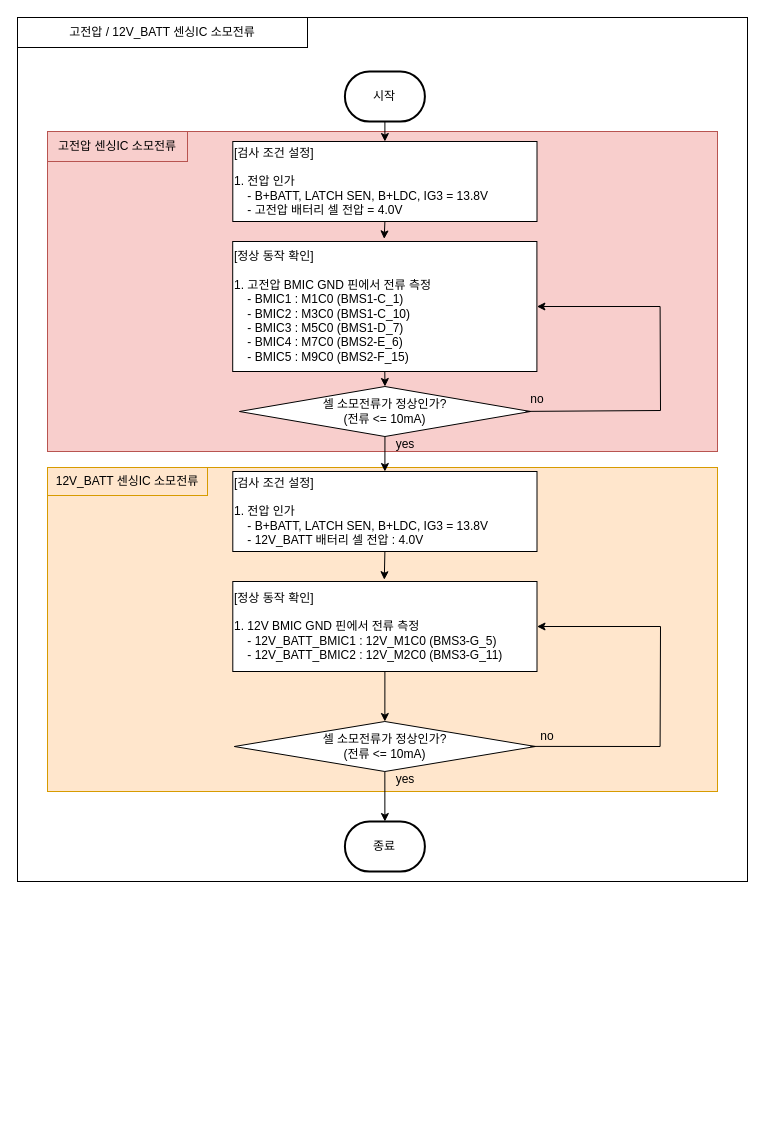
Earlier version of the draw.io diagram 고전압 센싱IC 소모전류.drawio (chaeyoonl/state-transition-diagram-test). Source tidied: cells renumbered, new cells numbered last; positions are measured from the earlier drawing's top-left corner, leaving out a move shared by most shapes. Both pictures are drawn from the tidied source at 100%, with x=0, y=0 at pixel (17, 17).
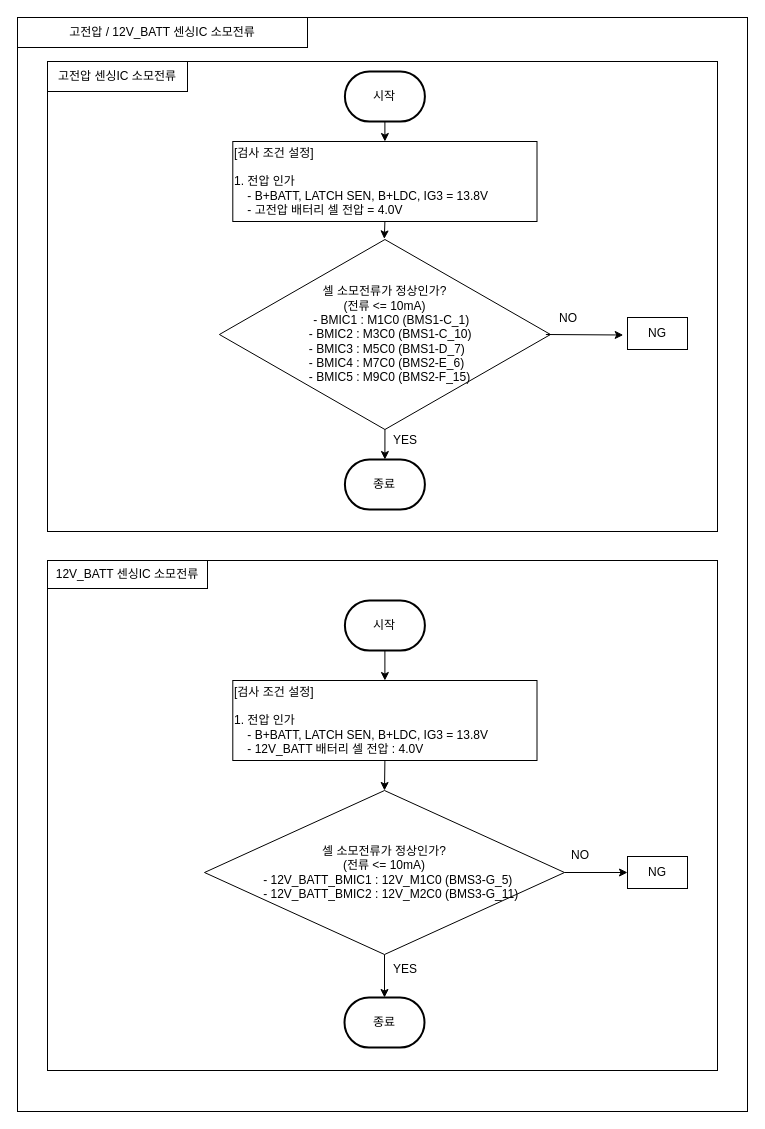
The same page after the edit.

Commit message:
고전압 센싱IC 소모전류.drawio 업데이트

The change refers to these unchanged cells:
```xml
<mxCell id="9" value="[검사 조건 설정]&lt;br&gt;&lt;br&gt;1. 전압 인가&lt;br&gt;&amp;nbsp; &amp;nbsp; - B+BATT, LATCH SEN, B+LDC, IG3 = 13.8V&lt;br&gt;&amp;nbsp; &amp;nbsp; - 고전압 배터리 셀 전압 = 4.0V" style="rounded=0;whiteSpace=wrap;html=1;align=left;" parent="1" vertex="1">
  <mxGeometry x="215.3" y="124" width="304.2" height="80" as="geometry" />
</mxCell>
```

Diff of the diagram source:
```diff
@@
     <mxCell id="2" style="rounded=0;whiteSpace=wrap;html=1;" parent="1" vertex="1">
-      <mxGeometry width="730" height="864" as="geometry" />
+      <mxGeometry width="730" height="1094" as="geometry" />
     </mxCell>
@@
-    <mxCell id="4" style="rounded=0;whiteSpace=wrap;html=1;fillColor=#f8cecc;strokeColor=#b85450;" parent="1" vertex="1">
-      <mxGeometry x="30" y="114" width="670" height="320" as="geometry" />
+    <mxCell id="4" style="rounded=0;whiteSpace=wrap;html=1;" parent="1" vertex="1">
+      <mxGeometry x="30" y="44" width="670" height="470" as="geometry" />
     </mxCell>
-    <mxCell id="5" value="&lt;span style=&quot;color: rgb(0, 0, 0); font-family: Helvetica; font-size: 12px; font-style: normal; font-variant-ligatures: normal; font-variant-caps: normal; font-weight: 400; letter-spacing: normal; orphans: 2; text-align: center; text-indent: 0px; text-transform: none; widows: 2; word-spacing: 0px; -webkit-text-stroke-width: 0px; text-decoration-thickness: initial; text-decoration-style: initial; text-decoration-color: initial; float: none; display: inline !important;&quot;&gt;고전압 센싱IC&amp;nbsp;소모전류&lt;br&gt;&lt;/span&gt;" style="rounded=0;whiteSpace=wrap;html=1;fillColor=#f8cecc;strokeColor=#b85450;fillStyle=solid;labelBackgroundColor=none;" parent="1" vertex="1">
-      <mxGeometry x="30" y="114" width="140" height="30" as="geometry" />
+    <mxCell id="5" value="&lt;span style=&quot;color: rgb(0, 0, 0); font-family: Helvetica; font-size: 12px; font-style: normal; font-variant-ligatures: normal; font-variant-caps: normal; font-weight: 400; letter-spacing: normal; orphans: 2; text-align: center; text-indent: 0px; text-transform: none; widows: 2; word-spacing: 0px; -webkit-text-stroke-width: 0px; text-decoration-thickness: initial; text-decoration-style: initial; text-decoration-color: initial; float: none; display: inline !important;&quot;&gt;고전압 센싱IC&amp;nbsp;소모전류&lt;br&gt;&lt;/span&gt;" style="rounded=0;whiteSpace=wrap;html=1;fillStyle=solid;labelBackgroundColor=none;" parent="1" vertex="1">
+      <mxGeometry x="30" y="44" width="140" height="30" as="geometry" />
     </mxCell>
-    <mxCell id="6" style="rounded=0;whiteSpace=wrap;html=1;fillColor=#ffe6cc;strokeColor=#d79b00;" parent="1" vertex="1">
-      <mxGeometry x="30" y="450" width="670" height="324" as="geometry" />
+    <mxCell id="6" style="rounded=0;whiteSpace=wrap;html=1;" parent="1" vertex="1">
+      <mxGeometry x="30" y="543" width="670" height="510" as="geometry" />
     </mxCell>
-    <mxCell id="7" value="&lt;span style=&quot;orphans: 2; text-align: center; text-indent: 0px; widows: 2; text-decoration-thickness: initial; text-decoration-style: initial; text-decoration-color: initial; float: none; display: inline !important;&quot;&gt;&lt;div style=&quot;&quot;&gt;12V_BATT 센싱IC&amp;nbsp;&lt;span style=&quot;background-color: initial;&quot;&gt;소모전류&lt;/span&gt;&lt;/div&gt;&lt;/span&gt;" style="rounded=0;whiteSpace=wrap;html=1;fillColor=#ffe6cc;strokeColor=#d79b00;labelBackgroundColor=none;" parent="1" vertex="1">
-      <mxGeometry x="30" y="450" width="160" height="28" as="geometry" />
+    <mxCell id="7" value="&lt;span style=&quot;orphans: 2; text-align: center; text-indent: 0px; widows: 2; text-decoration-thickness: initial; text-decoration-style: initial; text-decoration-color: initial; float: none; display: inline !important;&quot;&gt;&lt;div style=&quot;&quot;&gt;12V_BATT 센싱IC&amp;nbsp;&lt;span style=&quot;background-color: initial;&quot;&gt;소모전류&lt;/span&gt;&lt;/div&gt;&lt;/span&gt;" style="rounded=0;whiteSpace=wrap;html=1;labelBackgroundColor=none;" parent="1" vertex="1">
+      <mxGeometry x="30" y="543" width="160" height="28" as="geometry" />
     </mxCell>
@@
-    <mxCell id="11" style="endArrow=classic;html=1;rounded=0;exitX=0.5;exitY=1;exitDx=0;exitDy=0;entryX=0.498;entryY=-0.02;entryDx=0;entryDy=0;entryPerimeter=0;" parent="1" edge="1" source="9" target="12">
-      <mxGeometry relative="1" as="geometry" />
+    <mxCell id="11" style="endArrow=classic;html=1;rounded=0;exitX=0.5;exitY=1;exitDx=0;exitDy=0;entryX=0.498;entryY=-0.02;entryDx=0;entryDy=0;entryPerimeter=0;" parent="1" edge="1" source="9">
+      <mxGeometry relative="1" as="geometry">
+        <mxPoint x="366.8" y="221.4" as="targetPoint" />
+      </mxGeometry>
     </mxCell>
-    <mxCell id="12" value="[정상 동작 확인]&lt;br&gt;&lt;br&gt;1. 고전압 BMIC GND 핀에서 전류 측정&lt;br&gt;&amp;nbsp; &amp;nbsp; -&amp;nbsp;BMIC1 : M1C0 (BMS1-C_1)&lt;br&gt;&lt;div&gt;&amp;nbsp; &amp;nbsp; - BMIC2 : M3C0 (BMS1-C_10)&lt;/div&gt;&lt;div&gt;&amp;nbsp; &amp;nbsp; - BMIC3 : M5C0 (BMS1-D_7)&lt;/div&gt;&lt;div&gt;&amp;nbsp; &amp;nbsp; - BMIC4 : M7C0 (BMS2-E_6)&lt;/div&gt;&lt;div&gt;&amp;nbsp; &amp;nbsp; - BMIC5 : M9C0 (BMS2-F_15)&amp;nbsp;&lt;/div&gt;" style="rounded=0;whiteSpace=wrap;html=1;align=left;" parent="1" vertex="1">
-      <mxGeometry x="215.2" y="224" width="304.2" height="130" as="geometry" />
-    </mxCell>
-    <mxCell id="13" value="셀 소모전류가 정상인가?&lt;br&gt;(전류 &amp;lt;= 10mA)" style="rhombus;whiteSpace=wrap;html=1;" parent="1" vertex="1">
-      <mxGeometry x="221.9" y="369" width="291.1" height="50" as="geometry" />
+    <mxCell id="13" value="셀 소모전류가 정상인가?&lt;br&gt;(전류 &amp;lt;= 10mA)&lt;br&gt;&amp;nbsp; &amp;nbsp; -&amp;nbsp;BMIC1 : M1C0 (BMS1-C_1)&lt;br style=&quot;border-color: var(--border-color); text-align: left;&quot;&gt;&lt;div style=&quot;border-color: var(--border-color); text-align: left;&quot;&gt;&amp;nbsp; &amp;nbsp; - BMIC2 : M3C0 (BMS1-C_10)&lt;/div&gt;&lt;div style=&quot;border-color: var(--border-color); text-align: left;&quot;&gt;&amp;nbsp; &amp;nbsp; - BMIC3 : M5C0 (BMS1-D_7)&lt;/div&gt;&lt;div style=&quot;border-color: var(--border-color); text-align: left;&quot;&gt;&amp;nbsp; &amp;nbsp; - BMIC4 : M7C0 (BMS2-E_6)&lt;/div&gt;&lt;div style=&quot;border-color: var(--border-color); text-align: left;&quot;&gt;&amp;nbsp; &amp;nbsp; - BMIC5 : M9C0 (BMS2-F_15)&amp;nbsp;&lt;/div&gt;" style="rhombus;whiteSpace=wrap;html=1;" parent="1" vertex="1">
+      <mxGeometry x="201.9" y="222" width="331.1" height="190" as="geometry" />
     </mxCell>
-    <mxCell id="14" style="endArrow=classic;html=1;rounded=0;exitX=0.5;exitY=1;exitDx=0;exitDy=0;entryX=0.5;entryY=0;entryDx=0;entryDy=0;" parent="1" edge="1" source="12" target="13">
-      <mxGeometry relative="1" as="geometry" />
-    </mxCell>
-    <mxCell id="15" style="endArrow=classic;html=1;rounded=0;exitX=0.983;exitY=0.498;exitDx=0;exitDy=0;exitPerimeter=0;entryX=1;entryY=0.5;entryDx=0;entryDy=0;" parent="1" edge="1" source="13" target="12">
-      <mxGeometry relative="1" as="geometry">
-        <Array as="points">
-          <mxPoint x="643" y="393" />
-          <mxPoint x="642.6" y="289" />
-        </Array>
-      </mxGeometry>
-    </mxCell>
-    <mxCell id="16" value="no" style="text;html=1;strokeColor=none;fillColor=none;align=center;verticalAlign=middle;whiteSpace=wrap;rounded=0;" parent="1" vertex="1">
-      <mxGeometry x="490" y="367" width="60" height="30" as="geometry" />
+    <mxCell id="16" value="NO" style="text;html=1;strokeColor=none;fillColor=none;align=center;verticalAlign=middle;whiteSpace=wrap;rounded=0;" parent="1" vertex="1">
+      <mxGeometry x="520.5" y="286" width="60" height="30" as="geometry" />
     </mxCell>
     <mxCell id="17" value="종료" style="strokeWidth=2;html=1;shape=mxgraph.flowchart.terminator;whiteSpace=wrap;" parent="1" vertex="1">
-      <mxGeometry x="327.4" y="804" width="80" height="50" as="geometry" />
+      <mxGeometry x="327" y="980" width="80" height="50" as="geometry" />
     </mxCell>
@@
     <mxCell id="19" value="[검사 조건 설정]&lt;br&gt;&lt;br&gt;1. 전압 인가&lt;br&gt;&amp;nbsp; &amp;nbsp; - B+BATT, LATCH SEN, B+LDC, IG3 = 13.8V&lt;br&gt;&amp;nbsp; &amp;nbsp; - 12V_BATT 배터리 셀 전압 : 4.0V" style="rounded=0;whiteSpace=wrap;html=1;align=left;" parent="1" vertex="1">
-      <mxGeometry x="215.3" y="454" width="304.2" height="80" as="geometry" />
+      <mxGeometry x="215.3" y="663" width="304.2" height="80" as="geometry" />
     </mxCell>
-    <mxCell id="20" style="endArrow=classic;html=1;rounded=0;exitX=0.5;exitY=1;exitDx=0;exitDy=0;entryX=0.498;entryY=-0.02;entryDx=0;entryDy=0;entryPerimeter=0;" parent="1" edge="1" source="19" target="21">
+    <mxCell id="20" style="endArrow=classic;html=1;rounded=0;exitX=0.5;exitY=1;exitDx=0;exitDy=0;entryX=0.5;entryY=0;entryDx=0;entryDy=0;" parent="1" edge="1" source="19" target="22">
       <mxGeometry relative="1" as="geometry" />
     </mxCell>
-    <mxCell id="21" value="[정상 동작 확인]&lt;br&gt;&lt;br&gt;1. 12V BMIC GND 핀에서 전류 측정&lt;br&gt;&lt;div&gt;&amp;nbsp; &amp;nbsp; - 12V_BATT_BMIC1 : 12V_M1C0 (BMS3-G_5)&lt;/div&gt;&lt;div&gt;&amp;nbsp; &amp;nbsp; - 12V_BATT_BMIC2 : 12V_M2C0 (BMS3-G_11)&lt;/div&gt;" style="rounded=0;whiteSpace=wrap;html=1;align=left;" parent="1" vertex="1">
-      <mxGeometry x="215.3" y="564" width="304.2" height="90" as="geometry" />
-    </mxCell>
-    <mxCell id="22" value="셀 소모전류가 정상인가?&lt;br&gt;(전류 &amp;lt;= 10mA)" style="rhombus;whiteSpace=wrap;html=1;" parent="1" vertex="1">
-      <mxGeometry x="216.8" y="704" width="301.1" height="50" as="geometry" />
+    <mxCell id="22" value="셀 소모전류가 정상인가?&lt;br&gt;(전류 &amp;lt;= 10mA)&lt;br&gt;&lt;div style=&quot;border-color: var(--border-color); text-align: left;&quot;&gt;&amp;nbsp; &amp;nbsp; - 12V_BATT_BMIC1 : 12V_M1C0 (BMS3-G_5)&lt;/div&gt;&lt;div style=&quot;border-color: var(--border-color); text-align: left;&quot;&gt;&amp;nbsp; &amp;nbsp; - 12V_BATT_BMIC2 : 12V_M2C0 (BMS3-G_11)&lt;/div&gt;" style="rhombus;whiteSpace=wrap;html=1;" parent="1" vertex="1">
+      <mxGeometry x="187" y="773" width="360" height="164" as="geometry" />
     </mxCell>
-    <mxCell id="23" style="endArrow=classic;html=1;rounded=0;exitX=0.5;exitY=1;exitDx=0;exitDy=0;entryX=0.5;entryY=0;entryDx=0;entryDy=0;" parent="1" edge="1" source="21" target="22">
-      <mxGeometry relative="1" as="geometry" />
-    </mxCell>
-    <mxCell id="24" style="endArrow=classic;html=1;rounded=0;exitX=0.983;exitY=0.498;exitDx=0;exitDy=0;exitPerimeter=0;entryX=1;entryY=0.5;entryDx=0;entryDy=0;" parent="1" edge="1" source="22" target="21">
-      <mxGeometry relative="1" as="geometry">
-        <Array as="points">
-          <mxPoint x="642.6" y="729" />
-          <mxPoint x="643" y="609" />
-        </Array>
-      </mxGeometry>
-    </mxCell>
-    <mxCell id="25" value="no" style="text;html=1;strokeColor=none;fillColor=none;align=center;verticalAlign=middle;whiteSpace=wrap;rounded=0;" parent="1" vertex="1">
-      <mxGeometry x="500" y="704" width="60" height="30" as="geometry" />
+    <mxCell id="25" value="NO" style="text;html=1;strokeColor=none;fillColor=none;align=center;verticalAlign=middle;whiteSpace=wrap;rounded=0;" parent="1" vertex="1">
+      <mxGeometry x="532.9" y="823" width="60" height="30" as="geometry" />
     </mxCell>
-    <mxCell id="26" style="endArrow=classic;html=1;rounded=0;exitX=0.5;exitY=1;exitDx=0;exitDy=0;entryX=0.5;entryY=0;entryDx=0;entryDy=0;" parent="1" edge="1" source="13" target="19">
+    <mxCell id="26" style="endArrow=classic;html=1;rounded=0;exitX=0.5;exitY=1;exitDx=0;exitDy=0;entryX=0.5;entryY=0;entryDx=0;entryDy=0;" parent="1" edge="1" source="29" target="19">
       <mxGeometry relative="1" as="geometry" />
     </mxCell>
-    <mxCell id="27" value="yes" style="text;html=1;strokeColor=none;fillColor=none;align=center;verticalAlign=middle;whiteSpace=wrap;rounded=0;" parent="1" vertex="1">
-      <mxGeometry x="358.2" y="412" width="60" height="30" as="geometry" />
+    <mxCell id="27" value="YES" style="text;html=1;strokeColor=none;fillColor=none;align=center;verticalAlign=middle;whiteSpace=wrap;rounded=0;" parent="1" vertex="1">
+      <mxGeometry x="358.2" y="408" width="60" height="30" as="geometry" />
     </mxCell>
-    <mxCell id="28" value="yes" style="text;html=1;strokeColor=none;fillColor=none;align=center;verticalAlign=middle;whiteSpace=wrap;rounded=0;" parent="1" vertex="1">
-      <mxGeometry x="358.2" y="747" width="60" height="30" as="geometry" />
+    <mxCell id="28" value="YES" style="text;html=1;strokeColor=none;fillColor=none;align=center;verticalAlign=middle;whiteSpace=wrap;rounded=0;" parent="1" vertex="1">
+      <mxGeometry x="358.2" y="937" width="60" height="30" as="geometry" />
     </mxCell>
+    <mxCell id="29" value="시작" style="strokeWidth=2;html=1;shape=mxgraph.flowchart.terminator;whiteSpace=wrap;" parent="1" vertex="1">
+      <mxGeometry x="327.4" y="583" width="80" height="50" as="geometry" />
+    </mxCell>
+    <mxCell id="30" style="endArrow=classic;html=1;rounded=0;exitX=0.5;exitY=1;exitDx=0;exitDy=0;entryX=0.5;entryY=0;entryDx=0;entryDy=0;" parent="1" edge="1" source="13" target="31">
+      <mxGeometry relative="1" as="geometry" />
+    </mxCell>
+    <mxCell id="31" value="종료" style="strokeWidth=2;html=1;shape=mxgraph.flowchart.terminator;whiteSpace=wrap;" parent="1" vertex="1">
+      <mxGeometry x="327.4" y="442" width="80" height="50" as="geometry" />
+    </mxCell>
+    <mxCell id="32" value="NG" style="rounded=0;whiteSpace=wrap;html=1;align=center;" parent="1" vertex="1">
+      <mxGeometry x="610" y="300" width="60" height="32" as="geometry" />
+    </mxCell>
+    <mxCell id="33" style="endArrow=classic;html=1;rounded=0;exitX=0.986;exitY=0.5;exitDx=0;exitDy=0;exitPerimeter=0;entryX=-0.071;entryY=0.547;entryDx=0;entryDy=0;entryPerimeter=0;" parent="1" edge="1" source="13" target="32">
+      <mxGeometry relative="1" as="geometry" />
+    </mxCell>
+    <mxCell id="34" value="NG" style="rounded=0;whiteSpace=wrap;html=1;align=center;" parent="1" vertex="1">
+      <mxGeometry x="610" y="839" width="60" height="32" as="geometry" />
+    </mxCell>
+    <mxCell id="35" style="endArrow=classic;html=1;rounded=0;exitX=1;exitY=0.5;exitDx=0;exitDy=0;entryX=0;entryY=0.5;entryDx=0;entryDy=0;" parent="1" edge="1" source="22" target="34">
+      <mxGeometry relative="1" as="geometry" />
+    </mxCell>
```
